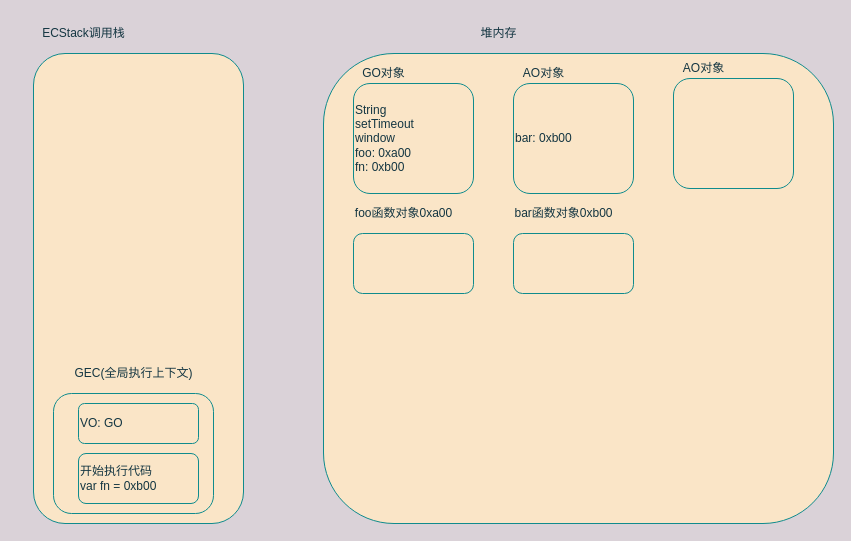
Earlier version of the draw.io diagram 04_js闭包的使用/04_高阶函数执行过程.drawio (SecondDragon/javascript-practice). Source tidied: cells renumbered, new cells numbered last; positions are measured from the earlier drawing's top-left corner, leaving out a move shared by most shapes. Both pictures are drawn from the tidied source at 100%, with x=0, y=0 at pixel (33, 23).
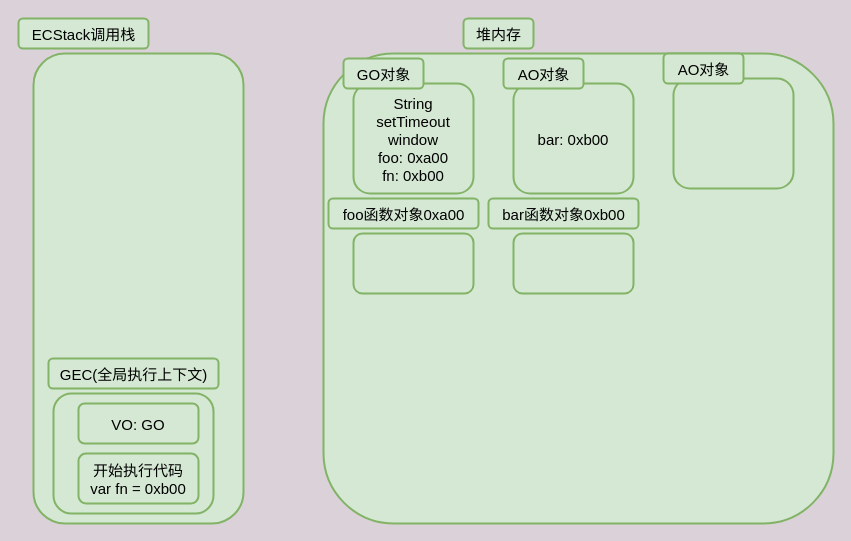
Above is the later version.

Commit message (it also covers changes not shown here):
修改drawio的文字大小

What changed in the source:
```diff
@@
 <mxGraphModel background="#DAD2D8">
   <root>
     <mxCell id="0" />
     <mxCell id="1" parent="0" />
-    <mxCell id="2" style="rounded=1;whiteSpace=wrap;html=1;fillColor=#FAE5C7;strokeColor=#0F8B8D;fontColor=#143642;" parent="1" vertex="1">
+    <mxCell id="2" style="rounded=1;whiteSpace=wrap;html=1;fillColor=#d5e8d4;strokeColor=#82b366;fontSize=15;fontStyle=0;labelBackgroundColor=none;verticalAlign=middle;align=center;gradientColor=none;strokeWidth=2;spacing=2;spacingTop=2;" parent="1" vertex="1">
       <mxGeometry y="30" width="210" height="470" as="geometry" />
     </mxCell>
-    <mxCell id="3" value="ECStack调用栈" style="text;html=1;align=center;verticalAlign=middle;strokeColor=none;fontColor=#143642;rounded=1;" parent="1" vertex="1">
-      <mxGeometry width="100" height="20" as="geometry" />
+    <mxCell id="3" value="ECStack调用栈" style="text;html=1;align=center;verticalAlign=middle;strokeColor=#82b366;rounded=1;fontSize=15;fontStyle=0;labelBackgroundColor=none;fillColor=#d5e8d4;gradientColor=none;strokeWidth=2;spacing=2;spacingTop=2;" parent="1" vertex="1">
+      <mxGeometry x="-15" y="-5" width="130" height="30" as="geometry" />
     </mxCell>
-    <mxCell id="4" style="rounded=1;whiteSpace=wrap;html=1;fillColor=#FAE5C7;strokeColor=#0F8B8D;fontColor=#143642;" parent="1" vertex="1">
+    <mxCell id="4" style="rounded=1;whiteSpace=wrap;html=1;fillColor=#d5e8d4;strokeColor=#82b366;fontSize=15;fontStyle=0;labelBackgroundColor=none;verticalAlign=middle;align=center;gradientColor=none;strokeWidth=2;spacing=2;spacingTop=2;" parent="1" vertex="1">
       <mxGeometry x="290" y="30" width="510" height="470" as="geometry" />
     </mxCell>
-    <mxCell id="5" value="堆内存" style="text;html=1;align=center;verticalAlign=middle;strokeColor=none;fontColor=#143642;rounded=1;" parent="1" vertex="1">
-      <mxGeometry x="440" width="50" height="20" as="geometry" />
+    <mxCell id="5" value="堆内存" style="text;html=1;align=center;verticalAlign=middle;strokeColor=#82b366;rounded=1;fontSize=15;fontStyle=0;labelBackgroundColor=none;fillColor=#d5e8d4;gradientColor=none;strokeWidth=2;spacing=2;spacingTop=2;" parent="1" vertex="1">
+      <mxGeometry x="430" y="-5" width="70" height="30" as="geometry" />
     </mxCell>
-    <mxCell id="6" value="String&lt;br&gt;setTimeout&lt;br&gt;window&lt;br&gt;foo: 0xa00&lt;br&gt;fn: 0xb00" style="rounded=1;whiteSpace=wrap;html=1;align=left;fillColor=#FAE5C7;strokeColor=#0F8B8D;fontColor=#143642;" parent="1" vertex="1">
+    <mxCell id="6" value="String&lt;br style=&quot;font-size: 15px;&quot;&gt;setTimeout&lt;br style=&quot;font-size: 15px;&quot;&gt;window&lt;br style=&quot;font-size: 15px;&quot;&gt;foo: 0xa00&lt;br style=&quot;font-size: 15px;&quot;&gt;fn: 0xb00" style="rounded=1;whiteSpace=wrap;html=1;align=center;fillColor=#d5e8d4;strokeColor=#82b366;fontSize=15;fontStyle=0;labelBackgroundColor=none;verticalAlign=middle;gradientColor=none;strokeWidth=2;spacing=2;spacingTop=2;" parent="1" vertex="1">
       <mxGeometry x="320" y="60" width="120" height="110" as="geometry" />
     </mxCell>
-    <mxCell id="7" value="GO对象" style="text;html=1;align=center;verticalAlign=middle;strokeColor=none;fontColor=#143642;rounded=1;" parent="1" vertex="1">
-      <mxGeometry x="320" y="40" width="60" height="20" as="geometry" />
+    <mxCell id="7" value="GO对象" style="text;html=1;align=center;verticalAlign=middle;strokeColor=#82b366;rounded=1;fontSize=15;fontStyle=0;labelBackgroundColor=none;fillColor=#d5e8d4;gradientColor=none;strokeWidth=2;spacing=2;spacingTop=2;" parent="1" vertex="1">
+      <mxGeometry x="310" y="35" width="80" height="30" as="geometry" />
     </mxCell>
-    <mxCell id="8" style="rounded=1;whiteSpace=wrap;html=1;align=left;fillColor=#FAE5C7;strokeColor=#0F8B8D;fontColor=#143642;" parent="1" vertex="1">
+    <mxCell id="8" style="rounded=1;whiteSpace=wrap;html=1;align=center;fillColor=#d5e8d4;strokeColor=#82b366;fontSize=15;fontStyle=0;labelBackgroundColor=none;verticalAlign=middle;gradientColor=none;strokeWidth=2;spacing=2;spacingTop=2;" parent="1" vertex="1">
       <mxGeometry x="20" y="370" width="160" height="120" as="geometry" />
     </mxCell>
-    <mxCell id="9" value="GEC(全局执行上下文)" style="text;html=1;align=center;verticalAlign=middle;strokeColor=none;fontColor=#143642;rounded=1;" parent="1" vertex="1">
-      <mxGeometry x="35" y="340" width="130" height="20" as="geometry" />
+    <mxCell id="9" value="GEC(全局执行上下文)" style="text;html=1;align=center;verticalAlign=middle;strokeColor=#82b366;rounded=1;fontSize=15;fontStyle=0;labelBackgroundColor=none;fillColor=#d5e8d4;gradientColor=none;strokeWidth=2;spacing=2;spacingTop=2;" parent="1" vertex="1">
+      <mxGeometry x="15" y="335" width="170" height="30" as="geometry" />
     </mxCell>
-    <mxCell id="10" style="rounded=1;whiteSpace=wrap;html=1;align=left;fillColor=#FAE5C7;strokeColor=#0F8B8D;fontColor=#143642;" parent="1" vertex="1">
+    <mxCell id="10" style="rounded=1;whiteSpace=wrap;html=1;align=center;fillColor=#d5e8d4;strokeColor=#82b366;fontSize=15;fontStyle=0;labelBackgroundColor=none;verticalAlign=middle;gradientColor=none;strokeWidth=2;spacing=2;spacingTop=2;" parent="1" vertex="1">
       <mxGeometry x="480" y="210" width="120" height="60" as="geometry" />
     </mxCell>
-    <mxCell id="11" value="bar函数对象0xb00" style="text;html=1;align=center;verticalAlign=middle;strokeColor=none;fontColor=#143642;rounded=1;" parent="1" vertex="1">
-      <mxGeometry x="475" y="180" width="110" height="20" as="geometry" />
+    <mxCell id="11" value="bar函数对象0xb00" style="text;html=1;align=center;verticalAlign=middle;strokeColor=#82b366;rounded=1;fontSize=15;fontStyle=0;labelBackgroundColor=none;fillColor=#d5e8d4;gradientColor=none;strokeWidth=2;spacing=2;spacingTop=2;" parent="1" vertex="1">
+      <mxGeometry x="455" y="175" width="150" height="30" as="geometry" />
     </mxCell>
-    <mxCell id="12" value="VO: GO" style="rounded=1;whiteSpace=wrap;html=1;align=left;fillColor=#FAE5C7;strokeColor=#0F8B8D;fontColor=#143642;" parent="1" vertex="1">
+    <mxCell id="12" value="VO: GO" style="rounded=1;whiteSpace=wrap;html=1;align=center;fillColor=#d5e8d4;strokeColor=#82b366;fontSize=15;fontStyle=0;labelBackgroundColor=none;verticalAlign=middle;gradientColor=none;strokeWidth=2;spacing=2;spacingTop=2;" parent="1" vertex="1">
       <mxGeometry x="45" y="380" width="120" height="40" as="geometry" />
     </mxCell>
-    <mxCell id="13" value="开始执行代码&lt;br&gt;var fn = 0xb00" style="rounded=1;whiteSpace=wrap;html=1;align=left;fillColor=#FAE5C7;strokeColor=#0F8B8D;fontColor=#143642;" parent="1" vertex="1">
+    <mxCell id="13" value="开始执行代码&lt;br style=&quot;font-size: 15px;&quot;&gt;var fn = 0xb00" style="rounded=1;whiteSpace=wrap;html=1;align=center;fillColor=#d5e8d4;strokeColor=#82b366;fontSize=15;fontStyle=0;labelBackgroundColor=none;verticalAlign=middle;gradientColor=none;strokeWidth=2;spacing=2;spacingTop=2;" parent="1" vertex="1">
       <mxGeometry x="45" y="430" width="120" height="50" as="geometry" />
     </mxCell>
-    <mxCell id="14" value="bar: 0xb00" style="rounded=1;whiteSpace=wrap;html=1;align=left;fillColor=#FAE5C7;strokeColor=#0F8B8D;fontColor=#143642;" parent="1" vertex="1">
+    <mxCell id="14" value="bar: 0xb00" style="rounded=1;whiteSpace=wrap;html=1;align=center;fillColor=#d5e8d4;strokeColor=#82b366;fontSize=15;fontStyle=0;labelBackgroundColor=none;verticalAlign=middle;gradientColor=none;strokeWidth=2;spacing=2;spacingTop=2;" parent="1" vertex="1">
       <mxGeometry x="480" y="60" width="120" height="110" as="geometry" />
     </mxCell>
-    <mxCell id="15" value="AO对象" style="text;html=1;align=center;verticalAlign=middle;strokeColor=none;fontColor=#143642;rounded=1;" parent="1" vertex="1">
-      <mxGeometry x="480" y="40" width="60" height="20" as="geometry" />
+    <mxCell id="15" value="AO对象" style="text;html=1;align=center;verticalAlign=middle;strokeColor=#82b366;rounded=1;fontSize=15;fontStyle=0;labelBackgroundColor=none;fillColor=#d5e8d4;gradientColor=none;strokeWidth=2;spacing=2;spacingTop=2;" parent="1" vertex="1">
+      <mxGeometry x="470" y="35" width="80" height="30" as="geometry" />
     </mxCell>
-    <mxCell id="16" style="rounded=1;whiteSpace=wrap;html=1;align=left;fillColor=#FAE5C7;strokeColor=#0F8B8D;fontColor=#143642;" parent="1" vertex="1">
+    <mxCell id="16" style="rounded=1;whiteSpace=wrap;html=1;align=center;fillColor=#d5e8d4;strokeColor=#82b366;fontSize=15;fontStyle=0;labelBackgroundColor=none;verticalAlign=middle;gradientColor=none;strokeWidth=2;spacing=2;spacingTop=2;" parent="1" vertex="1">
       <mxGeometry x="320" y="210" width="120" height="60" as="geometry" />
     </mxCell>
-    <mxCell id="17" value="foo函数对象0xa00" style="text;html=1;align=center;verticalAlign=middle;strokeColor=none;fontColor=#143642;rounded=1;" parent="1" vertex="1">
-      <mxGeometry x="315" y="180" width="110" height="20" as="geometry" />
+    <mxCell id="17" value="foo函数对象0xa00" style="text;html=1;align=center;verticalAlign=middle;strokeColor=#82b366;rounded=1;fontSize=15;fontStyle=0;labelBackgroundColor=none;fillColor=#d5e8d4;gradientColor=none;strokeWidth=2;spacing=2;spacingTop=2;" parent="1" vertex="1">
+      <mxGeometry x="295" y="175" width="150" height="30" as="geometry" />
     </mxCell>
-    <mxCell id="18" style="rounded=1;whiteSpace=wrap;html=1;align=left;fillColor=#FAE5C7;strokeColor=#0F8B8D;fontColor=#143642;" parent="1" vertex="1">
+    <mxCell id="18" style="rounded=1;whiteSpace=wrap;html=1;align=center;fillColor=#d5e8d4;strokeColor=#82b366;fontSize=15;fontStyle=0;labelBackgroundColor=none;verticalAlign=middle;gradientColor=none;strokeWidth=2;spacing=2;spacingTop=2;" parent="1" vertex="1">
       <mxGeometry x="640" y="55" width="120" height="110" as="geometry" />
     </mxCell>
-    <mxCell id="19" value="AO对象" style="text;html=1;align=center;verticalAlign=middle;strokeColor=none;fontColor=#143642;rounded=1;" parent="1" vertex="1">
-      <mxGeometry x="640" y="35" width="60" height="20" as="geometry" />
+    <mxCell id="19" value="AO对象" style="text;html=1;align=center;verticalAlign=middle;strokeColor=#82b366;rounded=1;fontSize=15;fontStyle=0;labelBackgroundColor=none;fillColor=#d5e8d4;gradientColor=none;strokeWidth=2;spacing=2;spacingTop=2;" parent="1" vertex="1">
+      <mxGeometry x="630" y="30" width="80" height="30" as="geometry" />
     </mxCell>
   </root>
 </mxGraphModel>
```
